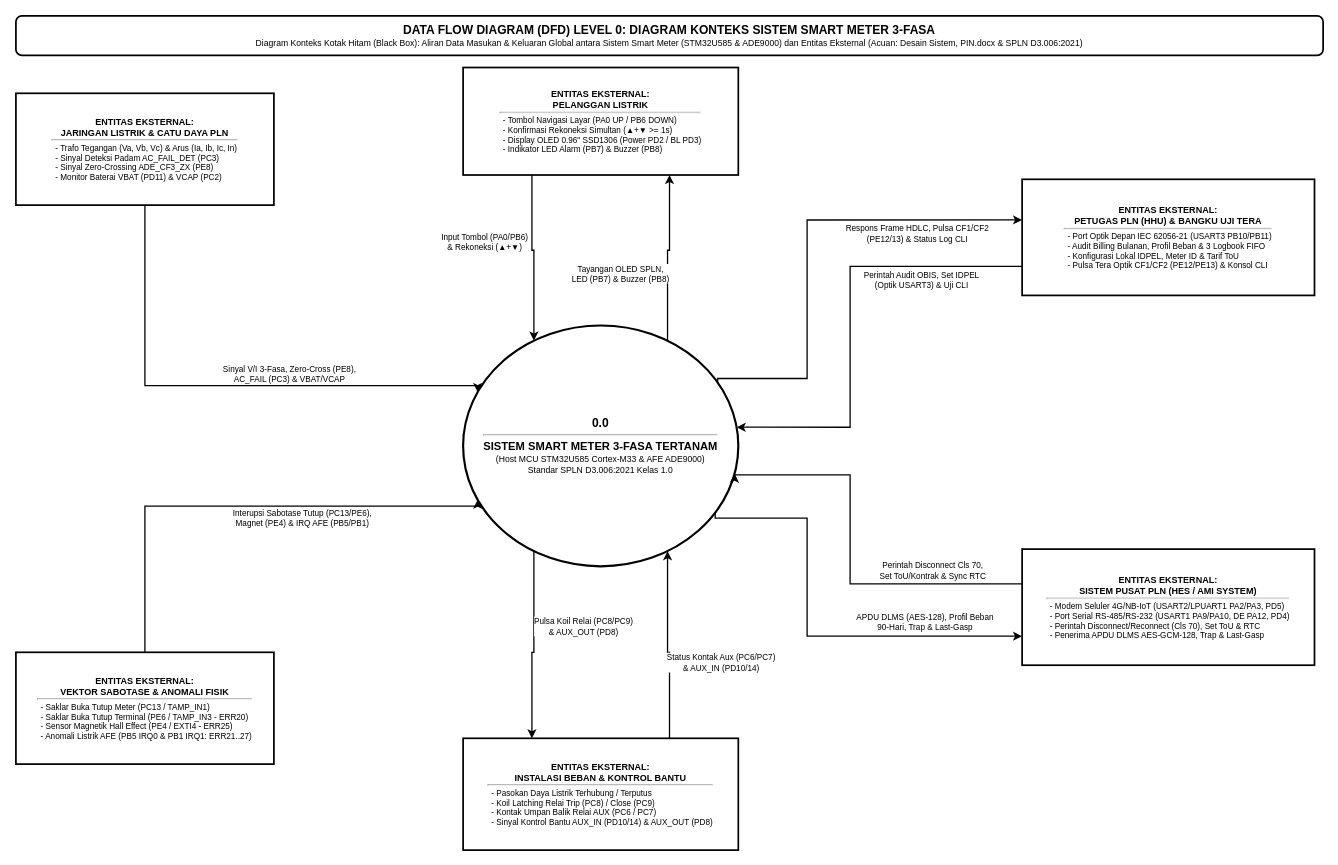
Earlier version of the draw.io diagram page "DFD Level 0: Diagram Konteks" (1 of 3) of docs/system_dfd_diagram.drawio.xml (Kevla27/ALLIN). Source tidied: cells renumbered, new cells numbered last; positions are measured from the earlier drawing's top-left corner, leaving out a move shared by most shapes. Both pictures are drawn from the tidied source at 86%, with x=0, y=0 at pixel (15, 15).
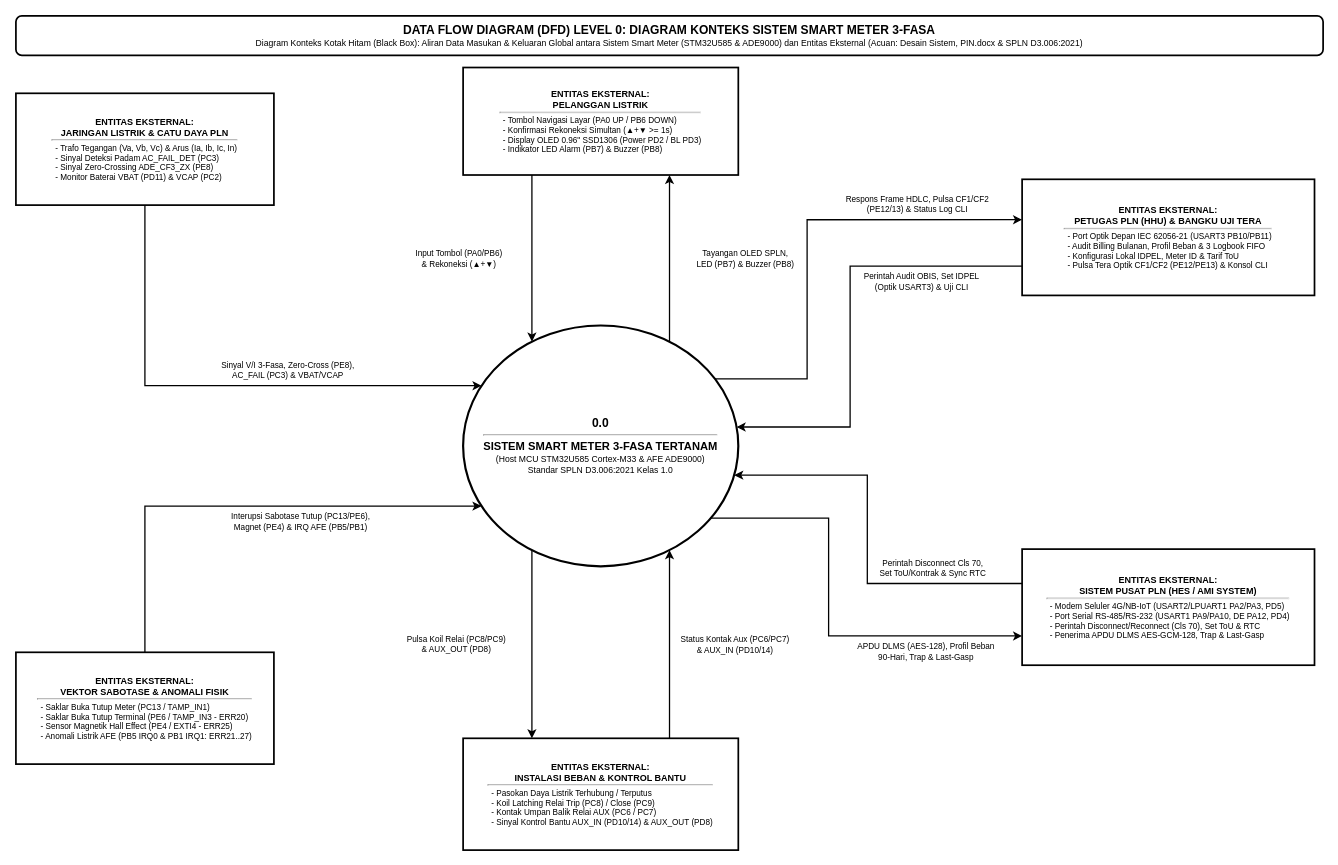
Above is the later version.

The change refers to these unchanged cells:
```xml
<mxCell id="3" value="&lt;b style=&quot;font-size:14px;&quot;&gt;0.0&lt;/b&gt;&lt;hr style=&quot;margin:4px 0;&quot;/&gt;&lt;b style=&quot;font-size:13px;&quot;&gt;SISTEM SMART METER 3-FASA TERTANAM&lt;/b&gt;&lt;br/&gt;&lt;font style=&quot;font-size:10px;&quot;&gt;(Host MCU STM32U585 Cortex-M33 &amp;amp; AFE ADE9000)&lt;br/&gt;Standar SPLN D3.006:2021 Kelas 1.0&lt;/font&gt;" style="ellipse;whiteSpace=wrap;html=1;fillColor=#ffffff;strokeColor=#000000;strokeWidth=2.5;fontColor=#000000;fontSize=11;fontFamily=Helvetica;align=center;" parent="1" vertex="1">
  <mxGeometry x="520" y="360" width="320" height="280" as="geometry" />
</mxCell>
<mxCell id="4" value="&lt;b&gt;ENTITAS EKSTERNAL:&lt;br/&gt;JARINGAN LISTRIK &amp;amp; CATU DAYA PLN&lt;/b&gt;&lt;hr style=&quot;margin:2px 0;&quot;/&gt;&lt;div style=&quot;font-size:9.5px;text-align:left;padding-left:4px;&quot;&gt;- Trafo Tegangan (Va, Vb, Vc) &amp;amp; Arus (Ia, Ib, Ic, In)&lt;br/&gt;- Sinyal Deteksi Padam AC_FAIL_DET (PC3)&lt;br/&gt;- Sinyal Zero-Crossing ADE_CF3_ZX (PE8)&lt;br/&gt;- Monitor Baterai VBAT (PD11) &amp;amp; VCAP (PC2)&lt;/div&gt;" style="rounded=0;whiteSpace=wrap;html=1;fillColor=#ffffff;strokeColor=#000000;strokeWidth=2;fontColor=#000000;fontSize=10.5;fontFamily=Helvetica;align=center;" parent="1" vertex="1">
  <mxGeometry y="90" width="300" height="130" as="geometry" />
</mxCell>
<mxCell id="5" value="&lt;b&gt;ENTITAS EKSTERNAL:&lt;br/&gt;VEKTOR SABOTASE &amp;amp; ANOMALI FISIK&lt;/b&gt;&lt;hr style=&quot;margin:2px 0;&quot;/&gt;&lt;div style=&quot;font-size:9.5px;text-align:left;padding-left:4px;&quot;&gt;- Saklar Buka Tutup Meter (PC13 / TAMP_IN1)&lt;br/&gt;- Saklar Buka Tutup Terminal (PE6 / TAMP_IN3 - ERR20)&lt;br/&gt;- Sensor Magnetik Hall Effect (PE4 / EXTI4 - ERR25)&lt;br/&gt;- Anomali Listrik AFE (PB5 IRQ0 &amp;amp; PB1 IRQ1: ERR21..27)&lt;/div&gt;" style="rounded=0;whiteSpace=wrap;html=1;fillColor=#ffffff;strokeColor=#000000;strokeWidth=2;fontColor=#000000;fontSize=10.5;fontFamily=Helvetica;align=center;" parent="1" vertex="1">
  <mxGeometry y="740" width="300" height="130" as="geometry" />
</mxCell>
<mxCell id="6" value="&lt;b&gt;ENTITAS EKSTERNAL:&lt;br/&gt;PELANGGAN LISTRIK&lt;/b&gt;&lt;hr style=&quot;margin:2px 0;&quot;/&gt;&lt;div style=&quot;font-size:9.5px;text-align:left;padding-left:4px;&quot;&gt;- Tombol Navigasi Layar (PA0 UP / PB6 DOWN)&lt;br/&gt;- Konfirmasi Rekoneksi Simultan (▲+▼ &amp;gt;= 1s)&lt;br/&gt;- Display OLED 0.96&quot; SSD1306 (Power PD2 / BL PD3)&lt;br/&gt;- Indikator LED Alarm (PB7) &amp;amp; Buzzer (PB8)&lt;/div&gt;" style="rounded=0;whiteSpace=wrap;html=1;fillColor=#ffffff;strokeColor=#000000;strokeWidth=2;fontColor=#000000;fontSize=10.5;fontFamily=Helvetica;align=center;" parent="1" vertex="1">
  <mxGeometry x="520" y="60" width="320" height="125" as="geometry" />
</mxCell>
<mxCell id="7" value="&lt;b&gt;ENTITAS EKSTERNAL:&lt;br/&gt;INSTALASI BEBAN &amp;amp; KONTROL BANTU&lt;/b&gt;&lt;hr style=&quot;margin:2px 0;&quot;/&gt;&lt;div style=&quot;font-size:9.5px;text-align:left;padding-left:4px;&quot;&gt;- Pasokan Daya Listrik Terhubung / Terputus&lt;br/&gt;- Koil Latching Relai Trip (PC8) / Close (PC9)&lt;br/&gt;- Kontak Umpan Balik Relai AUX (PC6 / PC7)&lt;br/&gt;- Sinyal Kontrol Bantu AUX_IN (PD10/14) &amp;amp; AUX_OUT (PD8)&lt;/div&gt;" style="rounded=0;whiteSpace=wrap;html=1;fillColor=#ffffff;strokeColor=#000000;strokeWidth=2;fontColor=#000000;fontSize=10.5;fontFamily=Helvetica;align=center;" parent="1" vertex="1">
  <mxGeometry x="520" y="840" width="320" height="130" as="geometry" />
</mxCell>
<mxCell id="8" value="&lt;b&gt;ENTITAS EKSTERNAL:&lt;br/&gt;PETUGAS PLN (HHU) &amp;amp; BANGKU UJI TERA&lt;/b&gt;&lt;hr style=&quot;margin:2px 0;&quot;/&gt;&lt;div style=&quot;font-size:9.5px;text-align:left;padding-left:4px;&quot;&gt;- Port Optik Depan IEC 62056-21 (USART3 PB10/PB11)&lt;br/&gt;- Audit Billing Bulanan, Profil Beban &amp;amp; 3 Logbook FIFO&lt;br/&gt;- Konfigurasi Lokal IDPEL, Meter ID &amp;amp; Tarif ToU&lt;br/&gt;- Pulsa Tera Optik CF1/CF2 (PE12/PE13) &amp;amp; Konsol CLI&lt;/div&gt;" style="rounded=0;whiteSpace=wrap;html=1;fillColor=#ffffff;strokeColor=#000000;strokeWidth=2;fontColor=#000000;fontSize=10.5;fontFamily=Helvetica;align=center;" parent="1" vertex="1">
  <mxGeometry x="1170" y="190" width="340" height="135" as="geometry" />
</mxCell>
<mxCell id="9" value="&lt;b&gt;ENTITAS EKSTERNAL:&lt;br/&gt;SISTEM PUSAT PLN (HES / AMI SYSTEM)&lt;/b&gt;&lt;hr style=&quot;margin:2px 0;&quot;/&gt;&lt;div style=&quot;font-size:9.5px;text-align:left;padding-left:4px;&quot;&gt;- Modem Seluler 4G/NB-IoT (USART2/LPUART1 PA2/PA3, PD5)&lt;br/&gt;- Port Serial RS-485/RS-232 (USART1 PA9/PA10, DE PA12, PD4)&lt;br/&gt;- Perintah Disconnect/Reconnect (Cls 70), Set ToU &amp;amp; RTC&lt;br/&gt;- Penerima APDU DLMS AES-GCM-128, Trap &amp;amp; Last-Gasp&lt;/div&gt;" style="rounded=0;whiteSpace=wrap;html=1;fillColor=#ffffff;strokeColor=#000000;strokeWidth=2;fontColor=#000000;fontSize=10.5;fontFamily=Helvetica;align=center;" parent="1" vertex="1">
  <mxGeometry x="1170" y="620" width="340" height="135" as="geometry" />
</mxCell>
```

Change to the diagram source:
```diff
@@
-    <mxCell id="10" value="Sinyal V/I 3-Fasa, Zero-Cross (PE8),&lt;br/&gt;AC_FAIL (PC3) &amp;amp; VBAT/VCAP" style="edgeStyle=orthogonalEdgeStyle;rounded=0;jettySize=auto;html=1;strokeColor=#000000;strokeWidth=1.5;endArrow=classic;endFill=1;labelBackgroundColor=#ffffff;fontColor=#000000;fontSize=9.5;fontFamily=Helvetica;exitX=0.5;exitY=1;entryX=0;entryY=0.25;" parent="1" edge="1" source="4" target="3">
-      <mxGeometry x="0.25" y="14" relative="1" as="geometry">
+    <mxCell id="10" value="Sinyal V/I 3-Fasa, Zero-Cross (PE8),&lt;br/&gt;AC_FAIL (PC3) &amp;amp; VBAT/VCAP" style="edgeStyle=orthogonalEdgeStyle;rounded=0;jettySize=auto;html=1;strokeColor=#000000;strokeWidth=1.5;endArrow=classic;endFill=1;labelBackgroundColor=#ffffff;fontColor=#000000;fontSize=9.5;fontFamily=Helvetica;exitX=0.5000;exitY=1.0000;exitPerimeter=0;entryX=0.0670;entryY=0.2500;entryPerimeter=0;" parent="1" edge="1" source="4" target="3">
+      <mxGeometry x="0.25" relative="1" as="geometry">
         <Array as="points">
           <mxPoint x="150" y="430" />
         </Array>
+        <mxPoint y="-18" as="offset" />
       </mxGeometry>
     </mxCell>
-    <mxCell id="11" value="Interupsi Sabotase Tutup (PC13/PE6),&lt;br/&gt;Magnet (PE4) &amp;amp; IRQ AFE (PB5/PB1)" style="edgeStyle=orthogonalEdgeStyle;rounded=0;jettySize=auto;html=1;strokeColor=#000000;strokeWidth=1.5;endArrow=classic;endFill=1;labelBackgroundColor=#ffffff;fontColor=#000000;fontSize=9.5;fontFamily=Helvetica;exitX=0.5;exitY=0;entryX=0;entryY=0.75;" parent="1" edge="1" source="5" target="3">
-      <mxGeometry x="0.25" y="-14" relative="1" as="geometry">
+    <mxCell id="11" value="Interupsi Sabotase Tutup (PC13/PE6),&lt;br/&gt;Magnet (PE4) &amp;amp; IRQ AFE (PB5/PB1)" style="edgeStyle=orthogonalEdgeStyle;rounded=0;jettySize=auto;html=1;strokeColor=#000000;strokeWidth=1.5;endArrow=classic;endFill=1;labelBackgroundColor=#ffffff;fontColor=#000000;fontSize=9.5;fontFamily=Helvetica;exitX=0.5000;exitY=0.0000;exitPerimeter=0;entryX=0.0670;entryY=0.7500;entryPerimeter=0;" parent="1" edge="1" source="5" target="3">
+      <mxGeometry x="0.25" relative="1" as="geometry">
         <Array as="points">
           <mxPoint x="150" y="570" />
         </Array>
+        <mxPoint y="18" as="offset" />
       </mxGeometry>
     </mxCell>
-    <mxCell id="12" value="Input Tombol (PA0/PB6)&lt;br/&gt;&amp;amp; Rekoneksi (▲+▼)" style="edgeStyle=orthogonalEdgeStyle;rounded=0;jettySize=auto;html=1;strokeColor=#000000;strokeWidth=1.5;endArrow=classic;endFill=1;labelBackgroundColor=#ffffff;fontColor=#000000;fontSize=9.5;fontFamily=Helvetica;exitX=0.25;exitY=1;entryX=0.25;entryY=0.05;" parent="1" edge="1" source="6" target="3">
-      <mxGeometry x="-0.2" y="-55" relative="1" as="geometry" />
+    <mxCell id="12" value="Input Tombol (PA0/PB6)&lt;br/&gt;&amp;amp; Rekoneksi (▲+▼)" style="edgeStyle=orthogonalEdgeStyle;rounded=0;jettySize=auto;html=1;strokeColor=#000000;strokeWidth=1.5;endArrow=classic;endFill=1;labelBackgroundColor=#ffffff;fontColor=#000000;fontSize=9.5;fontFamily=Helvetica;exitX=0.2500;exitY=1.0000;exitPerimeter=0;entryX=0.2500;entryY=0.0670;entryPerimeter=0;" parent="1" edge="1" source="6" target="3">
+      <mxGeometry relative="1" as="geometry">
+        <mxPoint x="-85" as="offset" />
+      </mxGeometry>
     </mxCell>
-    <mxCell id="13" value="Tayangan OLED SPLN,&lt;br/&gt;LED (PB7) &amp;amp; Buzzer (PB8)" style="edgeStyle=orthogonalEdgeStyle;rounded=0;jettySize=auto;html=1;strokeColor=#000000;strokeWidth=1.5;endArrow=classic;endFill=1;labelBackgroundColor=#ffffff;fontColor=#000000;fontSize=9.5;fontFamily=Helvetica;exitX=0.75;exitY=0.05;entryX=0.75;entryY=1;" parent="1" edge="1" source="3" target="6">
-      <mxGeometry x="-0.2" y="55" relative="1" as="geometry" />
+    <mxCell id="13" value="Tayangan OLED SPLN,&lt;br/&gt;LED (PB7) &amp;amp; Buzzer (PB8)" style="edgeStyle=orthogonalEdgeStyle;rounded=0;jettySize=auto;html=1;strokeColor=#000000;strokeWidth=1.5;endArrow=classic;endFill=1;labelBackgroundColor=#ffffff;fontColor=#000000;fontSize=9.5;fontFamily=Helvetica;exitX=0.7500;exitY=0.0670;exitPerimeter=0;entryX=0.7500;entryY=1.0000;entryPerimeter=0;" parent="1" edge="1" source="3" target="6">
+      <mxGeometry relative="1" as="geometry">
+        <mxPoint x="88" as="offset" />
+      </mxGeometry>
     </mxCell>
-    <mxCell id="14" value="Pulsa Koil Relai (PC8/PC9)&lt;br/&gt;&amp;amp; AUX_OUT (PD8)" style="edgeStyle=orthogonalEdgeStyle;rounded=0;jettySize=auto;html=1;strokeColor=#000000;strokeWidth=1.5;endArrow=classic;endFill=1;labelBackgroundColor=#ffffff;fontColor=#000000;fontSize=9.5;fontFamily=Helvetica;exitX=0.25;exitY=0.95;entryX=0.25;entryY=0;" parent="1" edge="1" source="3" target="7">
-      <mxGeometry x="-0.2" y="58" relative="1" as="geometry" />
+    <mxCell id="14" value="Pulsa Koil Relai (PC8/PC9)&lt;br/&gt;&amp;amp; AUX_OUT (PD8)" style="edgeStyle=orthogonalEdgeStyle;rounded=0;jettySize=auto;html=1;strokeColor=#000000;strokeWidth=1.5;endArrow=classic;endFill=1;labelBackgroundColor=#ffffff;fontColor=#000000;fontSize=9.5;fontFamily=Helvetica;exitX=0.2500;exitY=0.9330;exitPerimeter=0;entryX=0.2500;entryY=0.0000;entryPerimeter=0;" parent="1" edge="1" source="3" target="7">
+      <mxGeometry relative="1" as="geometry">
+        <mxPoint x="-88" as="offset" />
+      </mxGeometry>
     </mxCell>
-    <mxCell id="15" value="Status Kontak Aux (PC6/PC7)&lt;br/&gt;&amp;amp; AUX_IN (PD10/14)" style="edgeStyle=orthogonalEdgeStyle;rounded=0;jettySize=auto;html=1;strokeColor=#000000;strokeWidth=1.5;endArrow=classic;endFill=1;labelBackgroundColor=#ffffff;fontColor=#000000;fontSize=9.5;fontFamily=Helvetica;exitX=0.75;exitY=0;entryX=0.75;entryY=0.95;" parent="1" edge="1" source="7" target="3">
-      <mxGeometry x="-0.2" y="-60" relative="1" as="geometry" />
+    <mxCell id="15" value="Status Kontak Aux (PC6/PC7)&lt;br/&gt;&amp;amp; AUX_IN (PD10/14)" style="edgeStyle=orthogonalEdgeStyle;rounded=0;jettySize=auto;html=1;strokeColor=#000000;strokeWidth=1.5;endArrow=classic;endFill=1;labelBackgroundColor=#ffffff;fontColor=#000000;fontSize=9.5;fontFamily=Helvetica;exitX=0.7500;exitY=0.0000;exitPerimeter=0;entryX=0.7500;entryY=0.9330;entryPerimeter=0;" parent="1" edge="1" source="7" target="3">
+      <mxGeometry relative="1" as="geometry">
+        <mxPoint x="76" as="offset" />
+      </mxGeometry>
     </mxCell>
-    <mxCell id="16" value="Respons Frame HDLC, Pulsa CF1/CF2&lt;br/&gt;(PE12/13) &amp;amp; Status Log CLI" style="edgeStyle=orthogonalEdgeStyle;rounded=0;jettySize=auto;html=1;strokeColor=#000000;strokeWidth=1.5;endArrow=classic;endFill=1;labelBackgroundColor=#ffffff;fontColor=#000000;fontSize=9.5;fontFamily=Helvetica;exitX=0.95;exitY=0.22;entryX=0;entryY=0.35;" parent="1" edge="1" source="3" target="8">
-      <mxGeometry x="0.55" y="-16" relative="1" as="geometry">
+    <mxCell id="16" value="Respons Frame HDLC, Pulsa CF1/CF2&lt;br/&gt;(PE12/13) &amp;amp; Status Log CLI" style="edgeStyle=orthogonalEdgeStyle;rounded=0;jettySize=auto;html=1;strokeColor=#000000;strokeWidth=1.5;endArrow=classic;endFill=1;labelBackgroundColor=#ffffff;fontColor=#000000;fontSize=9.5;fontFamily=Helvetica;exitX=0.9152;exitY=0.2214;exitPerimeter=0;entryX=0.0000;entryY=0.3481;entryPerimeter=0;" parent="1" edge="1" source="3" target="8">
+      <mxGeometry x="0.55" relative="1" as="geometry">
         <Array as="points">
-          <mxPoint x="920" y="421.6" />
-          <mxPoint x="920" y="237.2" />
+          <mxPoint x="920" y="422" />
+          <mxPoint x="920" y="237" />
         </Array>
+        <mxPoint y="-18" as="offset" />
       </mxGeometry>
     </mxCell>
-    <mxCell id="17" value="Perintah Audit OBIS, Set IDPEL&lt;br/&gt;(Optik USART3) &amp;amp; Uji CLI" style="edgeStyle=orthogonalEdgeStyle;rounded=0;jettySize=auto;html=1;strokeColor=#000000;strokeWidth=1.5;endArrow=classic;endFill=1;labelBackgroundColor=#ffffff;fontColor=#000000;fontSize=9.5;fontFamily=Helvetica;exitX=0;exitY=0.75;entryX=1;entryY=0.42;" parent="1" edge="1" source="8" target="3">
-      <mxGeometry x="-0.55" y="16" relative="1" as="geometry">
+    <mxCell id="17" value="Perintah Audit OBIS, Set IDPEL&lt;br/&gt;(Optik USART3) &amp;amp; Uji CLI" style="edgeStyle=orthogonalEdgeStyle;rounded=0;jettySize=auto;html=1;strokeColor=#000000;strokeWidth=1.5;endArrow=classic;endFill=1;labelBackgroundColor=#ffffff;fontColor=#000000;fontSize=9.5;fontFamily=Helvetica;exitX=0.0000;exitY=0.7481;exitPerimeter=0;entryX=0.9938;entryY=0.4214;entryPerimeter=0;" parent="1" edge="1" source="8" target="3">
+      <mxGeometry x="-0.55" relative="1" as="geometry">
         <Array as="points">
-          <mxPoint x="970" y="291.2" />
-          <mxPoint x="970" y="477.6" />
+          <mxPoint x="970" y="291" />
+          <mxPoint x="970" y="478" />
         </Array>
+        <mxPoint y="18" as="offset" />
       </mxGeometry>
     </mxCell>
-    <mxCell id="18" value="Perintah Disconnect Cls 70,&lt;br/&gt;Set ToU/Kontrak &amp;amp; Sync RTC" style="edgeStyle=orthogonalEdgeStyle;rounded=0;jettySize=auto;html=1;strokeColor=#000000;strokeWidth=1.5;endArrow=classic;endFill=1;labelBackgroundColor=#ffffff;fontColor=#000000;fontSize=9.5;fontFamily=Helvetica;exitX=0;exitY=0.3;entryX=1;entryY=0.62;" parent="1" edge="1" source="9" target="3">
-      <mxGeometry x="-0.55" y="-16" relative="1" as="geometry">
+    <mxCell id="18" value="Perintah Disconnect Cls 70,&lt;br/&gt;Set ToU/Kontrak &amp;amp; Sync RTC" style="edgeStyle=orthogonalEdgeStyle;rounded=0;jettySize=auto;html=1;strokeColor=#000000;strokeWidth=1.5;endArrow=classic;endFill=1;labelBackgroundColor=#ffffff;fontColor=#000000;fontSize=9.5;fontFamily=Helvetica;exitX=0.0000;exitY=0.2963;exitPerimeter=0;entryX=0.9850;entryY=0.6214;entryPerimeter=0;" parent="1" edge="1" source="9" target="3">
+      <mxGeometry x="-0.55" relative="1" as="geometry">
         <Array as="points">
-          <mxPoint x="970" y="660.5" />
-          <mxPoint x="970" y="533.6" />
+          <mxPoint x="990" y="660" />
+          <mxPoint x="990" y="534" />
         </Array>
+        <mxPoint y="-18" as="offset" />
       </mxGeometry>
     </mxCell>
-    <mxCell id="19" value="APDU DLMS (AES-128), Profil Beban&lt;br/&gt;90-Hari, Trap &amp;amp; Last-Gasp" style="edgeStyle=orthogonalEdgeStyle;rounded=0;jettySize=auto;html=1;strokeColor=#000000;strokeWidth=1.5;endArrow=classic;endFill=1;labelBackgroundColor=#ffffff;fontColor=#000000;fontSize=9.5;fontFamily=Helvetica;exitX=0.95;exitY=0.8;entryX=0;entryY=0.75;" parent="1" edge="1" source="3" target="9">
-      <mxGeometry x="0.55" y="16" relative="1" as="geometry">
+    <mxCell id="19" value="APDU DLMS (AES-128), Profil Beban&lt;br/&gt;90-Hari, Trap &amp;amp; Last-Gasp" style="edgeStyle=orthogonalEdgeStyle;rounded=0;jettySize=auto;html=1;strokeColor=#000000;strokeWidth=1.5;endArrow=classic;endFill=1;labelBackgroundColor=#ffffff;fontColor=#000000;fontSize=9.5;fontFamily=Helvetica;exitX=0.9000;exitY=0.8000;exitPerimeter=0;entryX=0.0000;entryY=0.7481;entryPerimeter=0;" parent="1" edge="1" source="3" target="9">
+      <mxGeometry x="0.55" relative="1" as="geometry">
         <Array as="points">
-          <mxPoint x="920" y="584" />
-          <mxPoint x="920" y="721.2" />
+          <mxPoint x="945" y="584" />
+          <mxPoint x="945" y="721" />
         </Array>
+        <mxPoint y="18" as="offset" />
       </mxGeometry>
     </mxCell>
```
